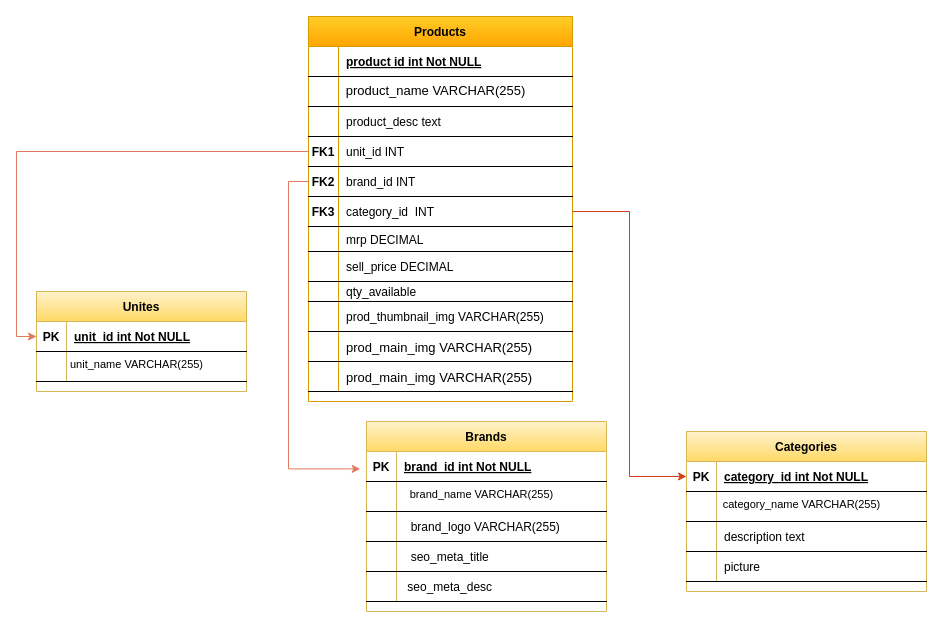
Above: database/migrations/Untitled Diagram.drawio in Rajvirsingh617/electo02 (draw.io), before the change. Source tidied: cells renumbered, new cells numbered last; positions are measured from the earlier drawing's top-left corner, leaving out a move shared by most shapes. Both pictures are drawn from the tidied source at 100%, with x=0, y=0 at pixel (36, -9).
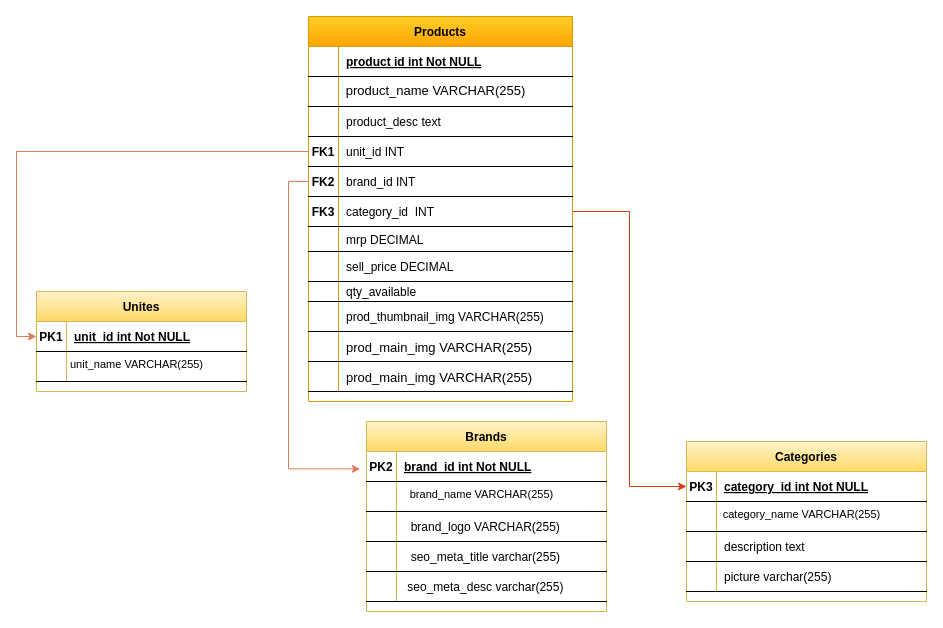
Above is the later version.

Commit message:
CREATE A DATA FLOW DIAGRAM

The change refers to these unchanged cells:
```xml
<mxCell id="42" style="shape=partialRectangle;fillColor=none;points=[[0,0.5],[1,0.5]];portConstraint=eastwest;top=0;left=0;right=0;bottom=1;" parent="41" vertex="1">
  <mxGeometry y="30" width="240" height="30" as="geometry" />
</mxCell>
<mxCell id="51" style="shape=partialRectangle;fillColor=none;top=0;left=0;right=0;bottom=1;" parent="41" vertex="1">
  <mxGeometry y="120" width="240" height="30" as="geometry" />
</mxCell>
<mxCell id="54" style="shape=partialRectangle;fillColor=none;top=0;left=0;right=0;bottom=1;" parent="41" vertex="1">
  <mxGeometry y="150" width="240" height="30" as="geometry" />
</mxCell>
<mxCell id="58" style="shape=partialRectangle;fillColor=none;points=[[0,0.5],[1,0.5]];portConstraint=eastwest;top=0;left=0;right=0;bottom=1;" parent="57" vertex="1">
  <mxGeometry y="30" width="240" height="30" as="geometry" />
</mxCell>
<mxCell id="67" style="shape=partialRectangle;fillColor=none;top=0;left=0;right=0;bottom=1;" parent="57" vertex="1">
  <mxGeometry y="120" width="240" height="30" as="geometry" />
</mxCell>
<mxCell id="71" style="shape=partialRectangle;fillColor=none;points=[[0,0.5],[1,0.5]];portConstraint=eastwest;top=0;left=0;right=0;bottom=1;" parent="70" vertex="1">
  <mxGeometry y="30" width="210" height="30" as="geometry" />
</mxCell>
```

Diff of the diagram source:
```diff
@@
-    <mxCell id="43" value="PK" style="shape=partialRectangle;overflow=hidden;fillColor=none;top=0;left=0;bottom=0;right=0;fontStyle=1;" parent="42" vertex="1">
+    <mxCell id="43" value="PK2" style="shape=partialRectangle;overflow=hidden;fillColor=none;top=0;left=0;bottom=0;right=0;fontStyle=1;" parent="42" vertex="1">
       <mxGeometry width="30" height="30" as="geometry" />
     </mxCell>
@@
-    <mxCell id="53" value="  seo_meta_title" style="shape=partialRectangle;overflow=hidden;fillColor=none;top=0;left=0;bottom=0;right=0;align=left;spacingLeft=6;fontStyle=0;" parent="51" vertex="1">
+    <mxCell id="53" value="  seo_meta_title varchar(255)" style="shape=partialRectangle;overflow=hidden;fillColor=none;top=0;left=0;bottom=0;right=0;align=left;spacingLeft=6;fontStyle=0;" parent="51" vertex="1">
       <mxGeometry x="30" width="210" height="30" as="geometry" />
     </mxCell>
@@
-    <mxCell id="56" value=" seo_meta_desc" style="shape=partialRectangle;overflow=hidden;fillColor=none;top=0;left=0;bottom=0;right=0;align=left;spacingLeft=6;fontStyle=0;verticalAlign=middle;" parent="54" vertex="1">
+    <mxCell id="56" value=" seo_meta_desc varchar(255)" style="shape=partialRectangle;overflow=hidden;fillColor=none;top=0;left=0;bottom=0;right=0;align=left;spacingLeft=6;fontStyle=0;verticalAlign=middle;" parent="54" vertex="1">
       <mxGeometry x="30" width="210" height="30" as="geometry" />
     </mxCell>
     <mxCell id="57" value="Categories" style="shape=table;startSize=30;childLayout=tableLayout;rowLines=0;fontStyle=1;align=center;fillColor=#fff2cc;gradientColor=#ffd966;strokeColor=#d6b656;" parent="1" vertex="1">
-      <mxGeometry x="650" y="440" width="240" height="160" as="geometry" />
+      <mxGeometry x="650" y="450" width="240" height="160" as="geometry" />
     </mxCell>
@@
-    <mxCell id="59" value="PK" style="shape=partialRectangle;overflow=hidden;fillColor=none;top=0;left=0;bottom=0;right=0;fontStyle=1;" parent="58" vertex="1">
+    <mxCell id="59" value="PK3" style="shape=partialRectangle;overflow=hidden;fillColor=none;top=0;left=0;bottom=0;right=0;fontStyle=1;" parent="58" vertex="1">
       <mxGeometry width="30" height="30" as="geometry" />
     </mxCell>
@@
-    <mxCell id="69" value="picture" style="shape=partialRectangle;overflow=hidden;fillColor=none;top=0;left=0;bottom=0;right=0;align=left;spacingLeft=6;fontStyle=0;" parent="67" vertex="1">
+    <mxCell id="69" value="picture varchar(255)" style="shape=partialRectangle;overflow=hidden;fillColor=none;top=0;left=0;bottom=0;right=0;align=left;spacingLeft=6;fontStyle=0;" parent="67" vertex="1">
       <mxGeometry x="30" width="210" height="30" as="geometry" />
     </mxCell>
@@
-    <mxCell id="72" value="PK" style="shape=partialRectangle;overflow=hidden;fillColor=none;top=0;left=0;bottom=0;right=0;fontStyle=1;" parent="71" vertex="1">
+    <mxCell id="72" value="PK1" style="shape=partialRectangle;overflow=hidden;fillColor=none;top=0;left=0;bottom=0;right=0;fontStyle=1;" parent="71" vertex="1">
       <mxGeometry width="30" height="30" as="geometry" />
     </mxCell>
```
